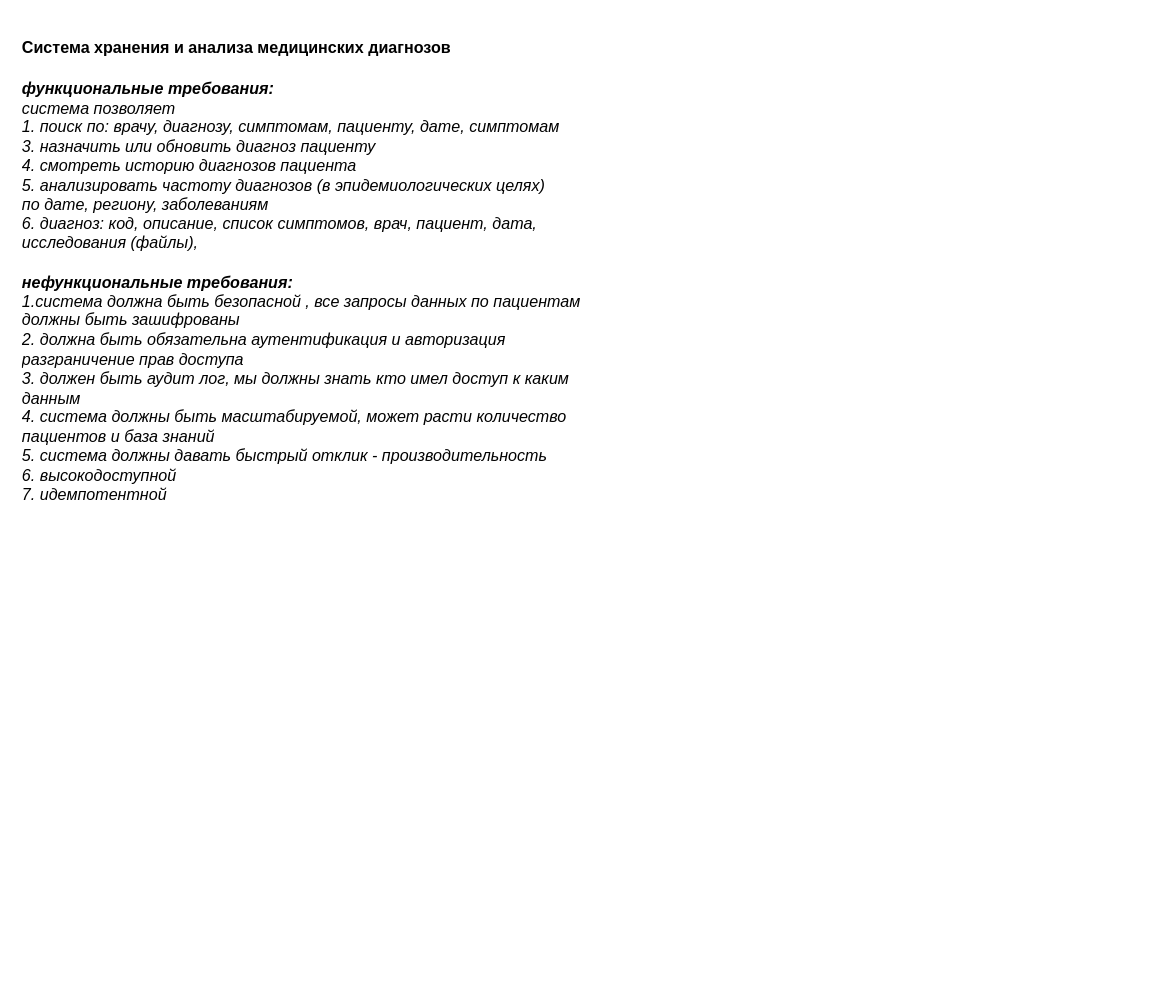
This is Диаграмма без названия.drawio from sokol-t/drawio, a draw.io file, before an edit. Source tidied: cells renumbered, new cells numbered last; positions are measured from the earlier drawing's top-left corner, leaving out a move shared by most shapes. Both pictures are drawn from the tidied source at 115%, with x=0, y=0 at pixel (20, 20).
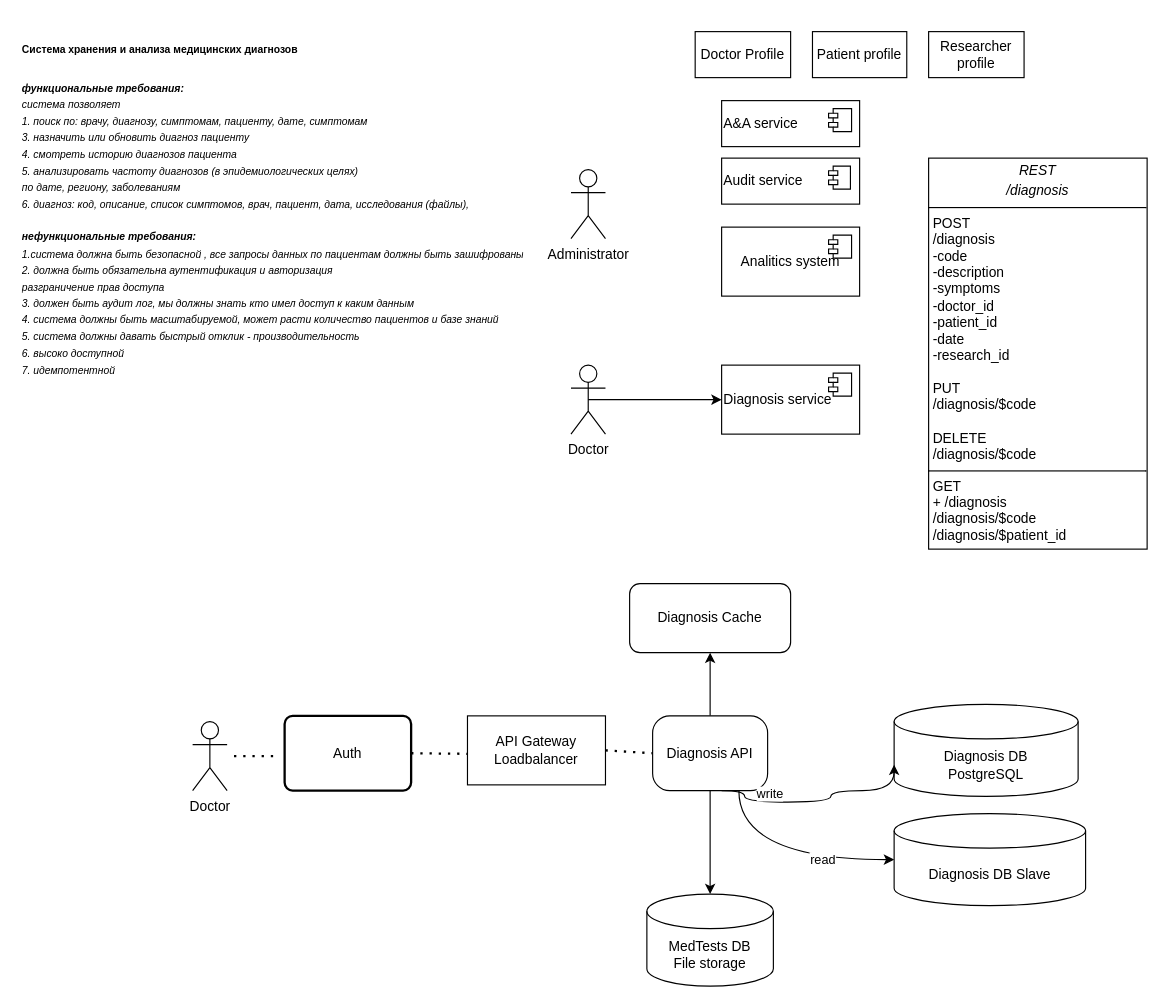
The same page after the edit.

Change to the diagram source:
```diff
@@
-    <mxCell id="2" value="&lt;h1 style=&quot;margin-top: 0px;&quot;&gt;&lt;span style=&quot;background-color: transparent; color: light-dark(rgb(0, 0, 0), rgb(255, 255, 255));&quot;&gt;&lt;font style=&quot;font-size: 14px;&quot;&gt;Система хранения и анализа медицинских диагнозов&amp;nbsp;&lt;/font&gt;&lt;/span&gt;&lt;/h1&gt;&lt;div&gt;&lt;span style=&quot;font-size: 14px;&quot;&gt;&lt;i&gt;&lt;b&gt;функциональные требования:&lt;/b&gt;&lt;br&gt;система позволяет&lt;/i&gt;&lt;/span&gt;&lt;/div&gt;&lt;div&gt;&lt;i style=&quot;font-size: 14px; background-color: transparent; color: light-dark(rgb(0, 0, 0), rgb(255, 255, 255));&quot;&gt;1. поиск по: врачу, диагнозу, &lt;/i&gt;&lt;i style=&quot;font-size: 14px; background-color: transparent; color: light-dark(rgb(0, 0, 0), rgb(255, 255, 255));&quot;&gt;симптомам, пациенту, дате, симптомам&lt;/i&gt;&lt;/div&gt;&lt;div&gt;&lt;span style=&quot;font-size: 14px;&quot;&gt;&lt;i&gt;3. назначить или обновить диагноз пациенту&lt;/i&gt;&lt;/span&gt;&lt;/div&gt;&lt;div&gt;&lt;span style=&quot;font-size: 14px;&quot;&gt;&lt;i&gt;4. смотреть историю диагнозов пациента&lt;/i&gt;&lt;/span&gt;&lt;/div&gt;&lt;div&gt;&lt;span style=&quot;font-size: 14px;&quot;&gt;&lt;i&gt;5. анализировать частоту диагнозов (в эпидемиологических целях)&lt;/i&gt;&lt;/span&gt;&lt;/div&gt;&lt;div&gt;&lt;span style=&quot;font-size: 14px;&quot;&gt;&lt;i&gt;по дате, региону, заболеваниям&lt;/i&gt;&lt;/span&gt;&lt;/div&gt;&lt;div&gt;&lt;span style=&quot;font-size: 14px;&quot;&gt;&lt;i&gt;6. диагноз: код, описание, список симптомов, врач, пациент, дата, исследования (файлы),&amp;nbsp;&lt;/i&gt;&lt;/span&gt;&lt;/div&gt;&lt;div&gt;&lt;span style=&quot;font-size: 14px;&quot;&gt;&lt;b&gt;&lt;br&gt;&lt;/b&gt;&lt;/span&gt;&lt;/div&gt;&lt;div&gt;&lt;span style=&quot;font-size: 14px;&quot;&gt;&lt;b&gt;&lt;i&gt;нефункциональные требования:&lt;/i&gt;&lt;/b&gt;&lt;/span&gt;&lt;/div&gt;&lt;div&gt;&lt;span style=&quot;font-size: 14px;&quot;&gt;&lt;i style=&quot;&quot;&gt;1.система должна быть безопасной , все запросы данных по пациентам должны быть зашифрованы&lt;/i&gt;&lt;/span&gt;&lt;/div&gt;&lt;div&gt;&lt;span style=&quot;font-size: 14px;&quot;&gt;&lt;i style=&quot;&quot;&gt;2. должна быть обязательна аутентификация и авторизация&amp;nbsp;&lt;/i&gt;&lt;/span&gt;&lt;/div&gt;&lt;div&gt;&lt;span style=&quot;font-size: 14px;&quot;&gt;&lt;i style=&quot;&quot;&gt;разграничение прав доступа&lt;/i&gt;&lt;/span&gt;&lt;/div&gt;&lt;div&gt;&lt;span style=&quot;font-size: 14px;&quot;&gt;&lt;i style=&quot;&quot;&gt;3. должен быть аудит лог, мы должны знать кто имел доступ к каким данным&lt;/i&gt;&lt;/span&gt;&lt;/div&gt;&lt;div&gt;&lt;span style=&quot;font-size: 14px;&quot;&gt;&lt;i style=&quot;&quot;&gt;4. система должны быть масштабируемой, может расти количество пациентов и база знаний&lt;br&gt;5. система должны давать быстрый отклик - производительность&lt;/i&gt;&lt;/span&gt;&lt;/div&gt;&lt;div&gt;&lt;span style=&quot;font-size: 14px;&quot;&gt;&lt;i style=&quot;&quot;&gt;6. высокодоступной&amp;nbsp;&lt;/i&gt;&lt;/span&gt;&lt;/div&gt;&lt;div&gt;&lt;span style=&quot;font-size: 14px;&quot;&gt;&lt;i style=&quot;&quot;&gt;7. идемпотентной&lt;/i&gt;&lt;/span&gt;&lt;/div&gt;" style="text;html=1;whiteSpace=wrap;overflow=hidden;rounded=0;" parent="1" vertex="1">
-      <mxGeometry width="510" height="420" as="geometry" />
+    <mxCell id="2" value="&lt;h1 style=&quot;margin-top: 0px;&quot;&gt;&lt;span style=&quot;background-color: transparent; color: light-dark(rgb(0, 0, 0), rgb(255, 255, 255));&quot;&gt;&lt;font style=&quot;font-size: 9px;&quot;&gt;Система хранения и анализа медицинских диагнозов&amp;nbsp;&lt;/font&gt;&lt;/span&gt;&lt;/h1&gt;&lt;div&gt;&lt;i&gt;&lt;font style=&quot;font-size: 9px;&quot;&gt;&lt;b&gt;функциональные требования:&lt;/b&gt;&lt;br&gt;система позволяет&lt;/font&gt;&lt;/i&gt;&lt;/div&gt;&lt;div&gt;&lt;font style=&quot;font-size: 9px;&quot;&gt;&lt;i style=&quot;background-color: transparent; color: light-dark(rgb(0, 0, 0), rgb(255, 255, 255));&quot;&gt;1. поиск по: врачу, диагнозу, &lt;/i&gt;&lt;i style=&quot;background-color: transparent; color: light-dark(rgb(0, 0, 0), rgb(255, 255, 255));&quot;&gt;симптомам, пациенту, дате, симптомам&lt;/i&gt;&lt;/font&gt;&lt;/div&gt;&lt;div&gt;&lt;i&gt;&lt;font style=&quot;font-size: 9px;&quot;&gt;3. назначить или обновить диагноз пациенту&lt;/font&gt;&lt;/i&gt;&lt;/div&gt;&lt;div&gt;&lt;i&gt;&lt;font style=&quot;font-size: 9px;&quot;&gt;4. смотреть историю диагнозов пациента&lt;/font&gt;&lt;/i&gt;&lt;/div&gt;&lt;div&gt;&lt;i&gt;&lt;font style=&quot;font-size: 9px;&quot;&gt;5. анализировать частоту диагнозов (в эпидемиологических целях)&lt;/font&gt;&lt;/i&gt;&lt;/div&gt;&lt;div&gt;&lt;i&gt;&lt;font style=&quot;font-size: 9px;&quot;&gt;по дате, региону, заболеваниям&lt;/font&gt;&lt;/i&gt;&lt;/div&gt;&lt;div&gt;&lt;i&gt;&lt;font style=&quot;font-size: 9px;&quot;&gt;6. диагноз: код, описание, список симптомов, врач, пациент, дата, исследования (файлы),&amp;nbsp;&lt;/font&gt;&lt;/i&gt;&lt;/div&gt;&lt;div&gt;&lt;b&gt;&lt;font style=&quot;font-size: 9px;&quot;&gt;&lt;br&gt;&lt;/font&gt;&lt;/b&gt;&lt;/div&gt;&lt;div&gt;&lt;b&gt;&lt;i&gt;&lt;font style=&quot;font-size: 9px;&quot;&gt;нефункциональные требования:&lt;/font&gt;&lt;/i&gt;&lt;/b&gt;&lt;/div&gt;&lt;div&gt;&lt;i style=&quot;&quot;&gt;&lt;font style=&quot;font-size: 9px;&quot;&gt;1.система должна быть безопасной , все запросы данных по пациентам должны быть зашифрованы&lt;/font&gt;&lt;/i&gt;&lt;/div&gt;&lt;div&gt;&lt;i style=&quot;&quot;&gt;&lt;font style=&quot;font-size: 9px;&quot;&gt;2. должна быть обязательна аутентификация и авторизация&amp;nbsp;&lt;/font&gt;&lt;/i&gt;&lt;/div&gt;&lt;div&gt;&lt;i style=&quot;&quot;&gt;&lt;font style=&quot;font-size: 9px;&quot;&gt;разграничение прав доступа&lt;/font&gt;&lt;/i&gt;&lt;/div&gt;&lt;div&gt;&lt;i style=&quot;&quot;&gt;&lt;font style=&quot;font-size: 9px;&quot;&gt;3. должен быть аудит лог, мы должны знать кто имел доступ к каким данным&lt;/font&gt;&lt;/i&gt;&lt;/div&gt;&lt;div&gt;&lt;i style=&quot;&quot;&gt;&lt;font style=&quot;font-size: 9px;&quot;&gt;4. система должны быть масштабируемой, может расти количество пациентов и базе знаний&lt;br&gt;5. система должны давать быстрый отклик - производительность&lt;/font&gt;&lt;/i&gt;&lt;/div&gt;&lt;div&gt;&lt;i style=&quot;&quot;&gt;&lt;font style=&quot;font-size: 9px;&quot;&gt;6. высоко доступной&amp;nbsp;&lt;/font&gt;&lt;/i&gt;&lt;/div&gt;&lt;div&gt;&lt;i style=&quot;&quot;&gt;&lt;font style=&quot;font-size: 9px;&quot;&gt;7. идемпотентной&lt;/font&gt;&lt;/i&gt;&lt;/div&gt;" style="text;html=1;whiteSpace=wrap;overflow=hidden;rounded=0;" parent="1" vertex="1">
+      <mxGeometry width="440" height="330" as="geometry" />
     </mxCell>
+    <mxCell id="3" style="edgeStyle=orthogonalEdgeStyle;rounded=0;jettySize=auto;html=1;exitX=0.5;exitY=0.5;exitDx=0;exitDy=0;exitPerimeter=0;entryX=0;entryY=0.5;entryDx=0;entryDy=0;" parent="1" edge="1" source="4" target="10">
+      <mxGeometry relative="1" as="geometry" />
+    </mxCell>
+    <mxCell id="4" value="Doctor" style="shape=umlActor;verticalLabelPosition=bottom;verticalAlign=top;html=1;outlineConnect=0;" parent="1" vertex="1">
+      <mxGeometry x="479" y="300" width="30" height="60" as="geometry" />
+    </mxCell>
+    <mxCell id="5" value="Administrator" style="shape=umlActor;verticalLabelPosition=bottom;verticalAlign=top;html=1;" parent="1" vertex="1">
+      <mxGeometry x="479" y="130" width="30" height="60" as="geometry" />
+    </mxCell>
+    <mxCell id="6" value="A&amp;amp;A service" style="html=1;whiteSpace=wrap;align=left;" parent="1" vertex="1">
+      <mxGeometry x="610" y="70" width="120" height="40" as="geometry" />
+    </mxCell>
+    <mxCell id="7" style="shape=module;jettyWidth=8;jettyHeight=4;" parent="6" vertex="1">
+      <mxGeometry x="1" width="20" height="20" relative="1" as="geometry">
+        <mxPoint x="-27" y="7" as="offset" />
+      </mxGeometry>
+    </mxCell>
+    <mxCell id="8" value="Audit service" style="html=1;whiteSpace=wrap;align=left;" parent="1" vertex="1">
+      <mxGeometry x="610" y="120" width="120" height="40" as="geometry" />
+    </mxCell>
+    <mxCell id="9" style="shape=module;jettyWidth=8;jettyHeight=4;" parent="8" vertex="1">
+      <mxGeometry x="1" width="19" height="20" relative="1" as="geometry">
+        <mxPoint x="-27" y="7" as="offset" />
+      </mxGeometry>
+    </mxCell>
+    <mxCell id="10" value="Diagnosis service" style="html=1;whiteSpace=wrap;align=left;" parent="1" vertex="1">
+      <mxGeometry x="610" y="300" width="120" height="60" as="geometry" />
+    </mxCell>
+    <mxCell id="11" style="shape=module;jettyWidth=8;jettyHeight=4;" parent="10" vertex="1">
+      <mxGeometry x="1" width="20" height="20" relative="1" as="geometry">
+        <mxPoint x="-27" y="7" as="offset" />
+      </mxGeometry>
+    </mxCell>
+    <mxCell id="12" value="&lt;div&gt;Analitics system&lt;/div&gt;" style="html=1;whiteSpace=wrap;" parent="1" vertex="1">
+      <mxGeometry x="610" y="180" width="120" height="60" as="geometry" />
+    </mxCell>
+    <mxCell id="13" style="shape=module;jettyWidth=8;jettyHeight=4;" parent="12" vertex="1">
+      <mxGeometry x="1" width="20" height="20" relative="1" as="geometry">
+        <mxPoint x="-27" y="7" as="offset" />
+      </mxGeometry>
+    </mxCell>
+    <mxCell id="14" value="Doctor Profile" style="html=1;whiteSpace=wrap;" parent="1" vertex="1">
+      <mxGeometry x="587" y="10" width="83" height="40" as="geometry" />
+    </mxCell>
+    <mxCell id="15" value="Patient profile" style="html=1;whiteSpace=wrap;" parent="1" vertex="1">
+      <mxGeometry x="689" y="10" width="82" height="40" as="geometry" />
+    </mxCell>
+    <mxCell id="16" value="Researcher profile" style="rounded=0;whiteSpace=wrap;html=1;" parent="1" vertex="1">
+      <mxGeometry x="790" y="10" width="83" height="40" as="geometry" />
+    </mxCell>
+    <mxCell id="17" value="&lt;p style=&quot;margin:0px;margin-top:4px;text-align:center;&quot;&gt;&lt;i&gt;REST&lt;/i&gt;&lt;/p&gt;&lt;p style=&quot;margin:0px;margin-top:4px;text-align:center;&quot;&gt;&lt;i&gt;/diagnosis&lt;/i&gt;&lt;/p&gt;&lt;hr size=&quot;1&quot; style=&quot;border-style:solid;&quot;&gt;&lt;p style=&quot;margin:0px;margin-left:4px;&quot;&gt;POST&lt;br&gt;/diagnosis&lt;/p&gt;&lt;p style=&quot;margin:0px;margin-left:4px;&quot;&gt;-code&lt;/p&gt;&lt;p style=&quot;margin:0px;margin-left:4px;&quot;&gt;-description&lt;/p&gt;&lt;p style=&quot;margin:0px;margin-left:4px;&quot;&gt;-symptoms&lt;/p&gt;&lt;p style=&quot;margin:0px;margin-left:4px;&quot;&gt;-doctor_id&lt;/p&gt;&lt;p style=&quot;margin:0px;margin-left:4px;&quot;&gt;-patient_id&lt;/p&gt;&lt;p style=&quot;margin:0px;margin-left:4px;&quot;&gt;-date&lt;/p&gt;&lt;p style=&quot;margin:0px;margin-left:4px;&quot;&gt;-research_id&lt;/p&gt;&lt;p style=&quot;margin:0px;margin-left:4px;&quot;&gt;&lt;br&gt;&lt;/p&gt;&lt;p style=&quot;margin:0px;margin-left:4px;&quot;&gt;PUT&lt;/p&gt;&lt;p style=&quot;margin:0px;margin-left:4px;&quot;&gt;/diagnosis/$code&lt;/p&gt;&lt;p style=&quot;margin:0px;margin-left:4px;&quot;&gt;&lt;br&gt;&lt;/p&gt;&lt;p style=&quot;margin:0px;margin-left:4px;&quot;&gt;DELETE&lt;/p&gt;&lt;p style=&quot;margin:0px;margin-left:4px;&quot;&gt;/diagnosis/$code&lt;/p&gt;&lt;hr size=&quot;1&quot; style=&quot;border-style:solid;&quot;&gt;&lt;p style=&quot;margin:0px;margin-left:4px;&quot;&gt;GET&lt;/p&gt;&lt;p style=&quot;margin:0px;margin-left:4px;&quot;&gt;+ /diagnosis&lt;/p&gt;&lt;p style=&quot;margin:0px;margin-left:4px;&quot;&gt;/diagnosis/$code&lt;/p&gt;&lt;p style=&quot;margin:0px;margin-left:4px;&quot;&gt;/diagnosis/$patient_id&lt;/p&gt;" style="verticalAlign=top;align=left;overflow=fill;html=1;whiteSpace=wrap;" parent="1" vertex="1">
+      <mxGeometry x="790" y="120" width="190" height="340" as="geometry" />
+    </mxCell>
+    <mxCell id="18" style="rounded=0;jettySize=auto;html=1;exitX=0.5;exitY=0.5;exitDx=0;exitDy=0;exitPerimeter=0;strokeColor=none;" parent="1" edge="1" source="19" target="20">
+      <mxGeometry relative="1" as="geometry" />
+    </mxCell>
+    <mxCell id="19" value="Doctor" style="shape=umlActor;verticalLabelPosition=bottom;verticalAlign=top;html=1;outlineConnect=0;" parent="1" vertex="1">
+      <mxGeometry x="150" y="610" width="30" height="60" as="geometry" />
+    </mxCell>
+    <mxCell id="20" value="Auth" style="rounded=1;whiteSpace=wrap;html=1;absoluteArcSize=1;arcSize=14;strokeWidth=2;" parent="1" vertex="1">
+      <mxGeometry x="230" y="605" width="110" height="65" as="geometry" />
+    </mxCell>
+    <mxCell id="21" style="endArrow=none;dashed=1;html=1;dashPattern=1 3;strokeWidth=2;rounded=0;" parent="1" edge="1" target="19">
+      <mxGeometry relative="1" as="geometry">
+        <mxPoint x="220" y="640" as="sourcePoint" />
+      </mxGeometry>
+    </mxCell>
+    <mxCell id="22" style="endArrow=none;dashed=1;html=1;dashPattern=1 3;strokeWidth=2;rounded=0;entryX=1;entryY=0.5;entryDx=0;entryDy=0;" parent="1" edge="1" target="20">
+      <mxGeometry relative="1" as="geometry">
+        <mxPoint x="390" y="638" as="sourcePoint" />
+      </mxGeometry>
+    </mxCell>
+    <mxCell id="23" value="API Gateway&lt;div&gt;Loadbalancer&lt;/div&gt;" style="rounded=0;whiteSpace=wrap;html=1;" parent="1" vertex="1">
+      <mxGeometry x="389" y="605" width="120" height="60" as="geometry" />
+    </mxCell>
+    <mxCell id="24" style="edgeStyle=none;rounded=0;jettySize=auto;html=1;exitX=0.5;exitY=0;exitDx=0;exitDy=0;entryX=0.5;entryY=1;entryDx=0;entryDy=0;" parent="1" edge="1" source="26" target="27">
+      <mxGeometry relative="1" as="geometry" />
+    </mxCell>
+    <mxCell id="25" style="rounded=0;jettySize=auto;html=1;exitX=0.5;exitY=1;exitDx=0;exitDy=0;" parent="1" edge="1" source="26" target="35">
+      <mxGeometry relative="1" as="geometry" />
+    </mxCell>
+    <mxCell id="26" value="Diagnosis API" style="rounded=1;whiteSpace=wrap;html=1;arcSize=23;" parent="1" vertex="1">
+      <mxGeometry x="550" y="605" width="100" height="65" as="geometry" />
+    </mxCell>
+    <mxCell id="27" value="Diagnosis Cache" style="rounded=1;whiteSpace=wrap;html=1;" parent="1" vertex="1">
+      <mxGeometry x="530" y="490" width="140" height="60" as="geometry" />
+    </mxCell>
+    <mxCell id="28" style="endArrow=none;dashed=1;html=1;dashPattern=1 3;strokeWidth=2;rounded=0;entryX=0;entryY=0.5;entryDx=0;entryDy=0;exitX=1;exitY=0.5;exitDx=0;exitDy=0;" parent="1" edge="1" source="23" target="26">
+      <mxGeometry relative="1" as="geometry" />
+    </mxCell>
+    <mxCell id="29" value="Diagnosis DB&lt;div&gt;PostgreSQL&lt;/div&gt;" style="shape=cylinder3;whiteSpace=wrap;html=1;boundedLbl=1;backgroundOutline=1;size=15;" parent="1" vertex="1">
+      <mxGeometry x="760" y="595" width="160" height="80" as="geometry" />
+    </mxCell>
+    <mxCell id="30" style="edgeStyle=orthogonalEdgeStyle;curved=1;rounded=0;jettySize=auto;html=1;entryX=0;entryY=0;entryDx=0;entryDy=52.5;entryPerimeter=0;" parent="1" edge="1" target="29">
+      <mxGeometry relative="1" as="geometry">
+        <mxPoint x="610" y="670" as="sourcePoint" />
+        <Array as="points">
+          <mxPoint x="630" y="680" />
+          <mxPoint x="705" y="680" />
+          <mxPoint x="705" y="670" />
+          <mxPoint x="760" y="670" />
+        </Array>
+      </mxGeometry>
+    </mxCell>
+    <mxCell id="31" value="write" style="edgeLabel;html=1;align=center;verticalAlign=middle;" parent="30" vertex="1">
+      <mxGeometry x="-0.47" y="8" relative="1" as="geometry" />
+    </mxCell>
+    <mxCell id="32" value="Diagnosis DB Slave" style="shape=cylinder3;whiteSpace=wrap;html=1;boundedLbl=1;backgroundOutline=1;size=15;" parent="1" vertex="1">
+      <mxGeometry x="760" y="690" width="166.5" height="80" as="geometry" />
+    </mxCell>
+    <mxCell id="33" style="edgeStyle=orthogonalEdgeStyle;curved=1;rounded=0;jettySize=auto;html=1;exitX=0.75;exitY=1;exitDx=0;exitDy=0;entryX=0;entryY=0.5;entryDx=0;entryDy=0;entryPerimeter=0;" parent="1" edge="1" source="26" target="32">
+      <mxGeometry relative="1" as="geometry" />
+    </mxCell>
+    <mxCell id="34" value="read" style="edgeLabel;html=1;align=center;verticalAlign=middle;" parent="33" vertex="1">
+      <mxGeometry x="0.35" y="1" relative="1" as="geometry" />
+    </mxCell>
+    <mxCell id="35" value="MedTests DB&lt;div&gt;File storage&lt;/div&gt;" style="shape=cylinder3;whiteSpace=wrap;html=1;boundedLbl=1;backgroundOutline=1;size=15;" parent="1" vertex="1">
+      <mxGeometry x="545" y="760" width="110" height="80" as="geometry" />
+    </mxCell>
```
